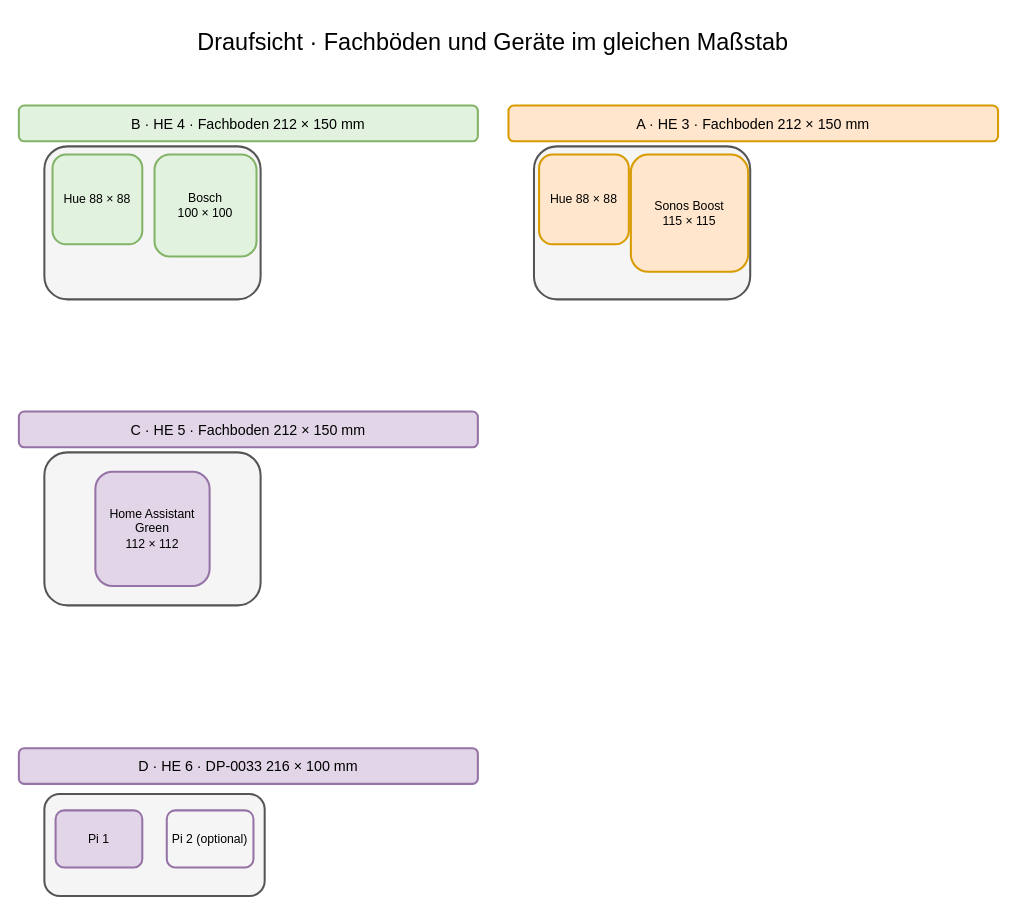
tiptronic/diagrams keeps this draw.io diagram as page "Fachböden – Draufsicht" (2 of 5) of 10-zoll-rack-planung.drawio. Above is the earlier version. Source tidied: cells renumbered, new cells numbered last; positions are measured from the earlier drawing's top-left corner, leaving out a move shared by most shapes. Both pictures are drawn from the tidied source at 102%, with x=0, y=0 at pixel (18, 18).
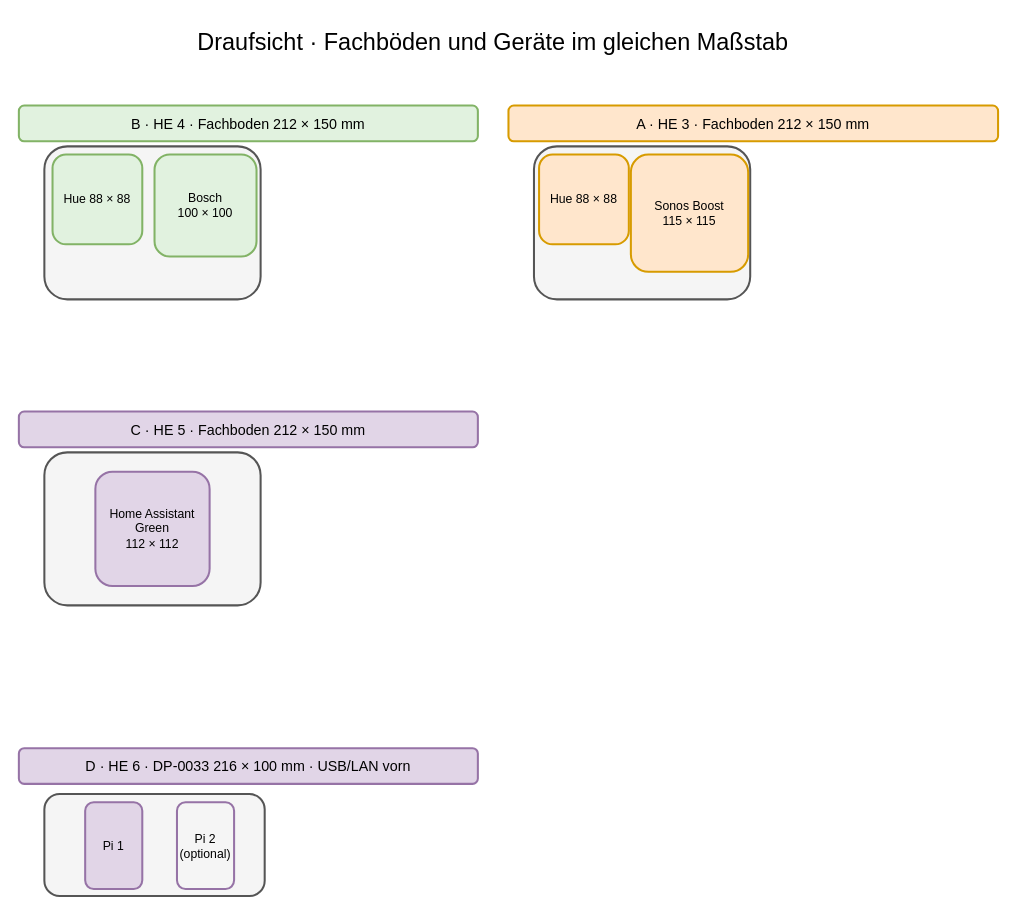
The same page after the edit.

Diff of the diagram source:
```diff
@@
 <mxGraphModel>
   <root>
     <mxCell id="0" />
     <mxCell id="1" parent="0" />
     <mxCell id="2" value="Draufsicht · Fachböden und Geräte im gleichen Maßstab" style="rounded=1;whiteSpace=wrap;html=1;align=center;verticalAlign=middle;strokeWidth=2;fontSize=23;fillColor=#ffffff;strokeColor=#ffffff;" parent="1" vertex="1">
       <mxGeometry width="930" height="45" as="geometry" />
     </mxCell>
     <mxCell id="3" value="B · HE 4 · Fachboden 212 × 150 mm" style="rounded=1;whiteSpace=wrap;html=1;align=center;verticalAlign=middle;strokeWidth=2;fontSize=14;fillColor=#e1f2df;strokeColor=#82b366;" parent="1" vertex="1">
       <mxGeometry y="85" width="450" height="35" as="geometry" />
     </mxCell>
     <mxCell id="4" style="rounded=1;whiteSpace=wrap;html=1;align=center;verticalAlign=middle;strokeWidth=2;fontSize=14;fillColor=#f5f5f5;strokeColor=#555555;" parent="1" vertex="1">
       <mxGeometry x="25" y="125" width="212" height="150" as="geometry" />
     </mxCell>
     <mxCell id="5" value="Hue 88 × 88" style="rounded=1;whiteSpace=wrap;html=1;align=center;verticalAlign=middle;strokeWidth=2;fontSize=12;fillColor=#e1f2df;strokeColor=#82b366;" parent="1" vertex="1">
       <mxGeometry x="33" y="133" width="88" height="88" as="geometry" />
     </mxCell>
     <mxCell id="6" value="Bosch&#10;100 × 100" style="rounded=1;whiteSpace=wrap;html=1;align=center;verticalAlign=middle;strokeWidth=2;fontSize=12;fillColor=#e1f2df;strokeColor=#82b366;" parent="1" vertex="1">
       <mxGeometry x="133" y="133" width="100" height="100" as="geometry" />
     </mxCell>
     <mxCell id="7" value="A · HE 3 · Fachboden 212 × 150 mm" style="rounded=1;whiteSpace=wrap;html=1;align=center;verticalAlign=middle;strokeWidth=2;fontSize=14;fillColor=#ffe6cc;strokeColor=#d79b00;" parent="1" vertex="1">
       <mxGeometry x="480" y="85" width="480" height="35" as="geometry" />
     </mxCell>
     <mxCell id="8" style="rounded=1;whiteSpace=wrap;html=1;align=center;verticalAlign=middle;strokeWidth=2;fontSize=14;fillColor=#f5f5f5;strokeColor=#555555;" parent="1" vertex="1">
       <mxGeometry x="505" y="125" width="212" height="150" as="geometry" />
     </mxCell>
     <mxCell id="9" value="Hue 88 × 88" style="rounded=1;whiteSpace=wrap;html=1;align=center;verticalAlign=middle;strokeWidth=2;fontSize=12;fillColor=#ffe6cc;strokeColor=#d79b00;" parent="1" vertex="1">
       <mxGeometry x="510" y="133" width="88" height="88" as="geometry" />
     </mxCell>
     <mxCell id="10" value="Sonos Boost&#10;115 × 115" style="rounded=1;whiteSpace=wrap;html=1;align=center;verticalAlign=middle;strokeWidth=2;fontSize=12;fillColor=#ffe6cc;strokeColor=#d79b00;" parent="1" vertex="1">
       <mxGeometry x="600" y="133" width="115" height="115" as="geometry" />
     </mxCell>
     <mxCell id="11" value="C · HE 5 · Fachboden 212 × 150 mm" style="rounded=1;whiteSpace=wrap;html=1;align=center;verticalAlign=middle;strokeWidth=2;fontSize=14;fillColor=#e1d5e7;strokeColor=#9673a6;" parent="1" vertex="1">
       <mxGeometry y="385" width="450" height="35" as="geometry" />
     </mxCell>
     <mxCell id="12" style="rounded=1;whiteSpace=wrap;html=1;align=center;verticalAlign=middle;strokeWidth=2;fontSize=14;fillColor=#f5f5f5;strokeColor=#555555;" parent="1" vertex="1">
       <mxGeometry x="25" y="425" width="212" height="150" as="geometry" />
     </mxCell>
     <mxCell id="13" value="Home Assistant Green&#10;112 × 112" style="rounded=1;whiteSpace=wrap;html=1;align=center;verticalAlign=middle;strokeWidth=2;fontSize=12;fillColor=#e1d5e7;strokeColor=#9673a6;" parent="1" vertex="1">
       <mxGeometry x="75" y="444" width="112" height="112" as="geometry" />
     </mxCell>
-    <mxCell id="14" value="D · HE 6 · DP-0033 216 × 100 mm" style="rounded=1;whiteSpace=wrap;html=1;align=center;verticalAlign=middle;strokeWidth=2;fontSize=14;fillColor=#e1d5e7;strokeColor=#9673a6;" parent="1" vertex="1">
+    <mxCell id="14" value="D · HE 6 · DP-0033 216 × 100 mm · USB/LAN vorn" style="rounded=1;whiteSpace=wrap;html=1;align=center;verticalAlign=middle;strokeWidth=2;fontSize=14;fillColor=#e1d5e7;strokeColor=#9673a6;" parent="1" vertex="1">
       <mxGeometry y="715" width="450" height="35" as="geometry" />
     </mxCell>
     <mxCell id="15" style="rounded=1;whiteSpace=wrap;html=1;align=center;verticalAlign=middle;strokeWidth=2;fontSize=14;fillColor=#f5f5f5;strokeColor=#555555;" parent="1" vertex="1">
       <mxGeometry x="25" y="760" width="216" height="100" as="geometry" />
     </mxCell>
     <mxCell id="16" value="Pi 1" style="rounded=1;whiteSpace=wrap;html=1;align=center;verticalAlign=middle;strokeWidth=2;fontSize=12;fillColor=#e1d5e7;strokeColor=#9673a6;" parent="1" vertex="1">
-      <mxGeometry x="36" y="776" width="85" height="56" as="geometry" />
+      <mxGeometry x="65" y="768" width="56" height="85" as="geometry" />
     </mxCell>
     <mxCell id="17" value="Pi 2 (optional)" style="rounded=1;whiteSpace=wrap;html=1;align=center;verticalAlign=middle;strokeWidth=2;fontSize=12;fillColor=#f5f5f5;strokeColor=#9673a6;" parent="1" vertex="1">
-      <mxGeometry x="145" y="776" width="85" height="56" as="geometry" />
+      <mxGeometry x="155" y="768" width="56" height="85" as="geometry" />
     </mxCell>
   </root>
 </mxGraphModel>
```
